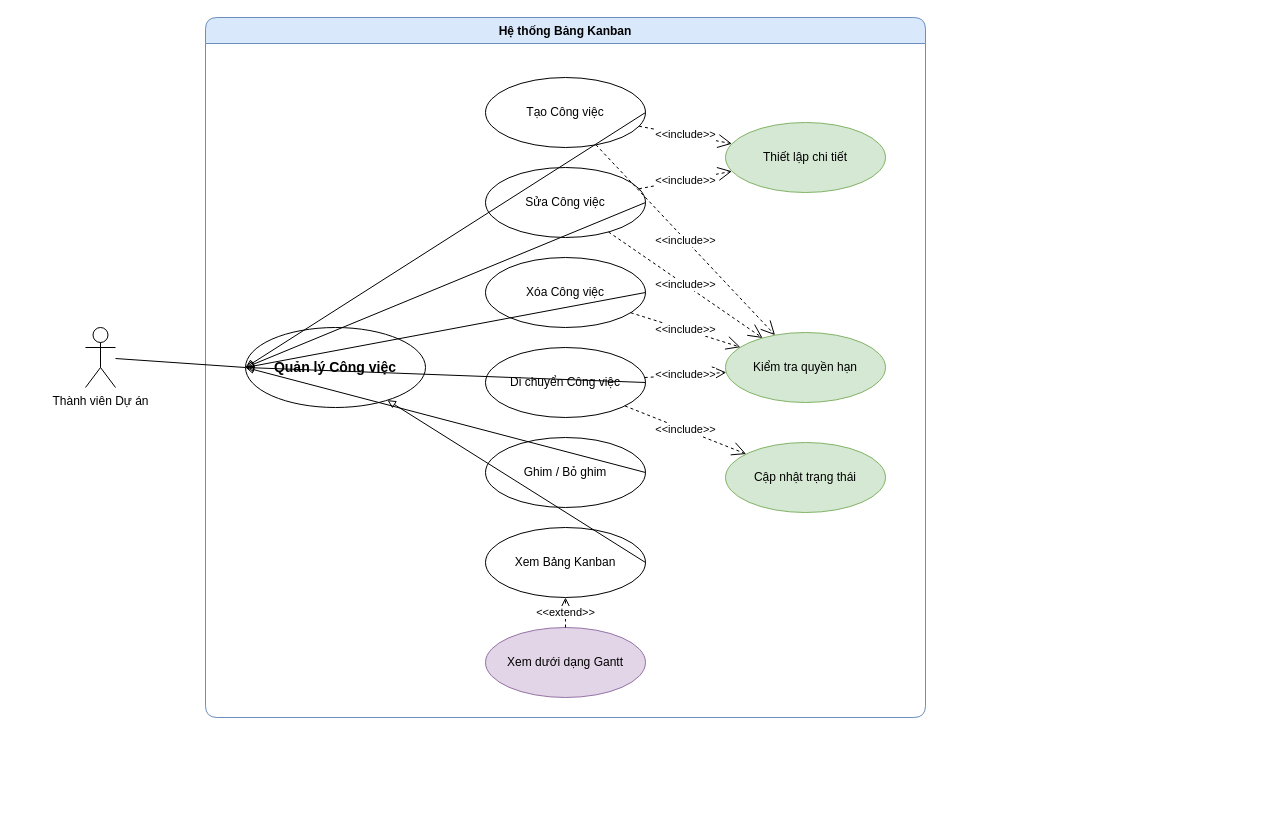
Above: drawio/USECASE/Kanban.usecase.drawio in NhatTanEDU/Web_UniPlan (draw.io), before the change. Source tidied: cells renumbered, new cells numbered last; positions are measured from the earlier drawing's top-left corner, leaving out a move shared by most shapes. Both pictures are drawn from the tidied source at 100%, with x=0, y=0 at pixel (85, 17).
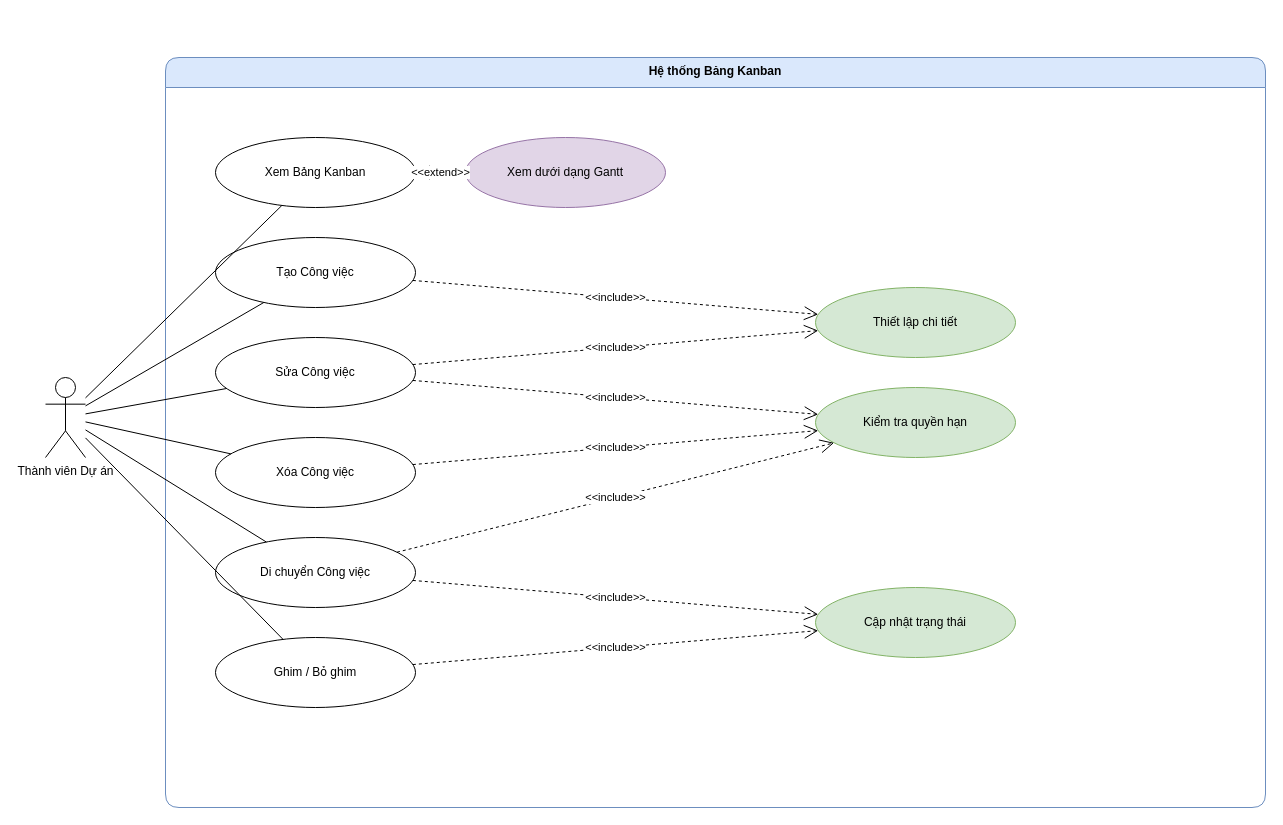
Above is the later version.

Commit message:
Refactor Kanban use case diagram for improved layout and clarity

Change to the diagram source:
```diff
@@
     <mxCell id="2" value="Thành viên Dự án" style="shape=umlActor;verticalLabelPosition=bottom;verticalAlign=top;html=1;outlineConnect=0;" parent="1" vertex="1">
-      <mxGeometry y="310" width="30" height="60" as="geometry" />
+      <mxGeometry x="-40" y="360" width="40" height="80" as="geometry" />
     </mxCell>
-    <mxCell id="3" value="Hệ thống Bảng Kanban" style="swimlane;fontStyle=1;align=center;verticalAlign=top;horizontal=1;startSize=26;rounded=1;strokeColor=#6c8ebf;fillColor=#dae8fc;" parent="1" vertex="1">
-      <mxGeometry x="120" width="720" height="700" as="geometry" />
+    <mxCell id="3" value="Hệ thống Bảng Kanban" style="swimlane;fontStyle=1;align=center;verticalAlign=top;horizontal=1;startSize=30;rounded=1;strokeColor=#6c8ebf;fillColor=#dae8fc;" parent="1" vertex="1">
+      <mxGeometry x="80" y="40" width="1100" height="750" as="geometry" />
     </mxCell>
-    <mxCell id="4" value="Quản lý Công việc" style="ellipse;whiteSpace=wrap;html=1;fillColor=#ffffff;strokeColor=#000000;fontStyle=1;fontSize=14;" parent="3" vertex="1">
-      <mxGeometry x="40" y="310" width="180" height="80" as="geometry" />
-    </mxCell>
+    <mxCell id="10" value="Xem Bảng Kanban" style="ellipse;whiteSpace=wrap;html=1;fillColor=#ffffff;strokeColor=#000000;" parent="3" vertex="1">
+      <mxGeometry x="50" y="80" width="200" height="70" as="geometry" />
+    </mxCell>
     <mxCell id="5" value="Tạo Công việc" style="ellipse;whiteSpace=wrap;html=1;fillColor=#ffffff;strokeColor=#000000;" parent="3" vertex="1">
-      <mxGeometry x="280" y="60" width="160" height="70" as="geometry" />
+      <mxGeometry x="50" y="180" width="200" height="70" as="geometry" />
     </mxCell>
     <mxCell id="6" value="Sửa Công việc" style="ellipse;whiteSpace=wrap;html=1;fillColor=#ffffff;strokeColor=#000000;" parent="3" vertex="1">
-      <mxGeometry x="280" y="150" width="160" height="70" as="geometry" />
+      <mxGeometry x="50" y="280" width="200" height="70" as="geometry" />
     </mxCell>
     <mxCell id="7" value="Xóa Công việc" style="ellipse;whiteSpace=wrap;html=1;fillColor=#ffffff;strokeColor=#000000;" parent="3" vertex="1">
-      <mxGeometry x="280" y="240" width="160" height="70" as="geometry" />
+      <mxGeometry x="50" y="380" width="200" height="70" as="geometry" />
     </mxCell>
     <mxCell id="8" value="Di chuyển Công việc" style="ellipse;whiteSpace=wrap;html=1;fillColor=#ffffff;strokeColor=#000000;" parent="3" vertex="1">
-      <mxGeometry x="280" y="330" width="160" height="70" as="geometry" />
+      <mxGeometry x="50" y="480" width="200" height="70" as="geometry" />
     </mxCell>
     <mxCell id="9" value="Ghim / Bỏ ghim" style="ellipse;whiteSpace=wrap;html=1;fillColor=#ffffff;strokeColor=#000000;" parent="3" vertex="1">
-      <mxGeometry x="280" y="420" width="160" height="70" as="geometry" />
+      <mxGeometry x="50" y="580" width="200" height="70" as="geometry" />
     </mxCell>
-    <mxCell id="10" value="Xem Bảng Kanban" style="ellipse;whiteSpace=wrap;html=1;fillColor=#ffffff;strokeColor=#000000;" parent="3" vertex="1">
-      <mxGeometry x="280" y="510" width="160" height="70" as="geometry" />
-    </mxCell>
     <mxCell id="11" value="Xem dưới dạng Gantt" style="ellipse;whiteSpace=wrap;html=1;fillColor=#e1d5e7;strokeColor=#9673a6;" parent="3" vertex="1">
-      <mxGeometry x="280" y="610" width="160" height="70" as="geometry" />
+      <mxGeometry x="300" y="80" width="200" height="70" as="geometry" />
     </mxCell>
+    <mxCell id="13" value="Thiết lập chi tiết" style="ellipse;whiteSpace=wrap;html=1;fillColor=#d5e8d4;strokeColor=#82b366;" parent="3" vertex="1">
+      <mxGeometry x="650" y="230" width="200" height="70" as="geometry" />
+    </mxCell>
     <mxCell id="12" value="Kiểm tra quyền hạn" style="ellipse;whiteSpace=wrap;html=1;fillColor=#d5e8d4;strokeColor=#82b366;" parent="3" vertex="1">
-      <mxGeometry x="520" y="315" width="160" height="70" as="geometry" />
+      <mxGeometry x="650" y="330" width="200" height="70" as="geometry" />
     </mxCell>
-    <mxCell id="13" value="Thiết lập chi tiết" style="ellipse;whiteSpace=wrap;html=1;fillColor=#d5e8d4;strokeColor=#82b366;" parent="3" vertex="1">
-      <mxGeometry x="520" y="105" width="160" height="70" as="geometry" />
-    </mxCell>
     <mxCell id="14" value="Cập nhật trạng thái" style="ellipse;whiteSpace=wrap;html=1;fillColor=#d5e8d4;strokeColor=#82b366;" parent="3" vertex="1">
-      <mxGeometry x="520" y="425" width="160" height="70" as="geometry" />
+      <mxGeometry x="650" y="530" width="200" height="70" as="geometry" />
     </mxCell>
-    <mxCell id="15" style="endArrow=none;html=1;rounded=0;entryX=0;entryY=0.5;entryDx=0;entryDy=0;" parent="1" edge="1" source="2" target="4">
-      <mxGeometry relative="1" as="geometry" />
-    </mxCell>
-    <mxCell id="16" style="endArrow=block;endFill=0;html=1;rounded=0;entryX=0;entryY=0.5;entryDx=0;entryDy=0;exitX=1;exitY=0.5;exitDx=0;exitDy=0;" parent="1" edge="1" source="5" target="4">
-      <mxGeometry relative="1" as="geometry" />
-    </mxCell>
-    <mxCell id="17" style="endArrow=block;endFill=0;html=1;rounded=0;entryX=0;entryY=0.5;entryDx=0;entryDy=0;exitX=1;exitY=0.5;exitDx=0;exitDy=0;" parent="1" edge="1" source="6" target="4">
-      <mxGeometry relative="1" as="geometry" />
-    </mxCell>
-    <mxCell id="18" style="endArrow=block;endFill=0;html=1;rounded=0;entryX=0;entryY=0.5;entryDx=0;entryDy=0;exitX=1;exitY=0.5;exitDx=0;exitDy=0;" parent="1" edge="1" source="7" target="4">
-      <mxGeometry relative="1" as="geometry" />
-    </mxCell>
-    <mxCell id="19" style="endArrow=block;endFill=0;html=1;rounded=0;entryX=0;entryY=0.5;entryDx=0;entryDy=0;exitX=1;exitY=0.5;exitDx=0;exitDy=0;" parent="1" edge="1" source="8" target="4">
-      <mxGeometry relative="1" as="geometry" />
-    </mxCell>
-    <mxCell id="20" style="endArrow=block;endFill=0;html=1;rounded=0;entryX=0;entryY=0.5;entryDx=0;entryDy=0;exitX=1;exitY=0.5;exitDx=0;exitDy=0;" parent="1" edge="1" source="9" target="4">
-      <mxGeometry relative="1" as="geometry" />
-    </mxCell>
-    <mxCell id="21" style="endArrow=block;endFill=0;html=1;rounded=0;exitX=1;exitY=0.5;exitDx=0;exitDy=0;" parent="1" edge="1" source="10" target="4">
-      <mxGeometry relative="1" as="geometry" />
-    </mxCell>
-    <mxCell id="22" value="&lt;div&gt;&amp;lt;&amp;lt;include&amp;gt;&amp;gt;&lt;/div&gt;" style="endArrow=open;endSize=12;dashed=1;html=1;rounded=0;" parent="1" edge="1" source="5" target="12">
-      <mxGeometry relative="1" as="geometry" />
-    </mxCell>
+    <mxCell id="30" style="endArrow=none;html=1;rounded=0;" parent="1" edge="1" source="2" target="10">
+      <mxGeometry relative="1" as="geometry" />
+    </mxCell>
+    <mxCell id="31" style="endArrow=none;html=1;rounded=0;" parent="1" edge="1" source="2" target="5">
+      <mxGeometry relative="1" as="geometry" />
+    </mxCell>
+    <mxCell id="32" style="endArrow=none;html=1;rounded=0;" parent="1" edge="1" source="2" target="6">
+      <mxGeometry relative="1" as="geometry" />
+    </mxCell>
+    <mxCell id="33" style="endArrow=none;html=1;rounded=0;" parent="1" edge="1" source="2" target="7">
+      <mxGeometry relative="1" as="geometry" />
+    </mxCell>
+    <mxCell id="34" style="endArrow=none;html=1;rounded=0;" parent="1" edge="1" source="2" target="8">
+      <mxGeometry relative="1" as="geometry" />
+    </mxCell>
+    <mxCell id="35" style="endArrow=none;html=1;rounded=0;" parent="1" edge="1" source="2" target="9">
+      <mxGeometry relative="1" as="geometry" />
+    </mxCell>
+    <mxCell id="26" value="&lt;div&gt;&amp;lt;&amp;lt;include&amp;gt;&amp;gt;&lt;/div&gt;" style="endArrow=open;endSize=12;dashed=1;html=1;rounded=0;" parent="1" edge="1" source="5" target="13">
+      <mxGeometry relative="1" as="geometry" />
+    </mxCell>
+    <mxCell id="27" value="&lt;div&gt;&amp;lt;&amp;lt;include&amp;gt;&amp;gt;&lt;/div&gt;" style="endArrow=open;endSize=12;dashed=1;html=1;rounded=0;" parent="1" edge="1" source="6" target="13">
+      <mxGeometry relative="1" as="geometry" />
+    </mxCell>
@@
-    <mxCell id="26" value="&lt;div&gt;&amp;lt;&amp;lt;include&amp;gt;&amp;gt;&lt;/div&gt;" style="endArrow=open;endSize=12;dashed=1;html=1;rounded=0;" parent="1" edge="1" source="5" target="13">
-      <mxGeometry relative="1" as="geometry" />
-    </mxCell>
-    <mxCell id="27" value="&lt;div&gt;&amp;lt;&amp;lt;include&amp;gt;&amp;gt;&lt;/div&gt;" style="endArrow=open;endSize=12;dashed=1;html=1;rounded=0;" parent="1" edge="1" source="6" target="13">
-      <mxGeometry relative="1" as="geometry" />
-    </mxCell>
@@
+    <mxCell id="36" value="&lt;div&gt;&amp;lt;&amp;lt;include&amp;gt;&amp;gt;&lt;/div&gt;" style="endArrow=open;endSize=12;dashed=1;html=1;rounded=0;" parent="1" edge="1" source="9" target="14">
+      <mxGeometry relative="1" as="geometry" />
+    </mxCell>
```
